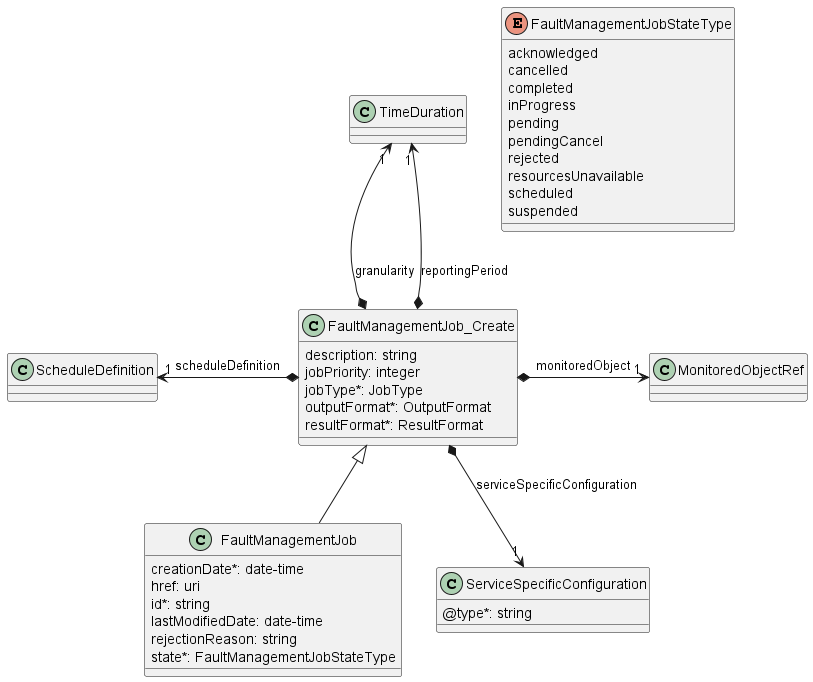
MEF-GIT/MEF-LSO-Legato-SDK keeps this PlantUML diagram as documentation/serviceApi/fm/media/faultManagementJobModel.png. Above is the earlier version.
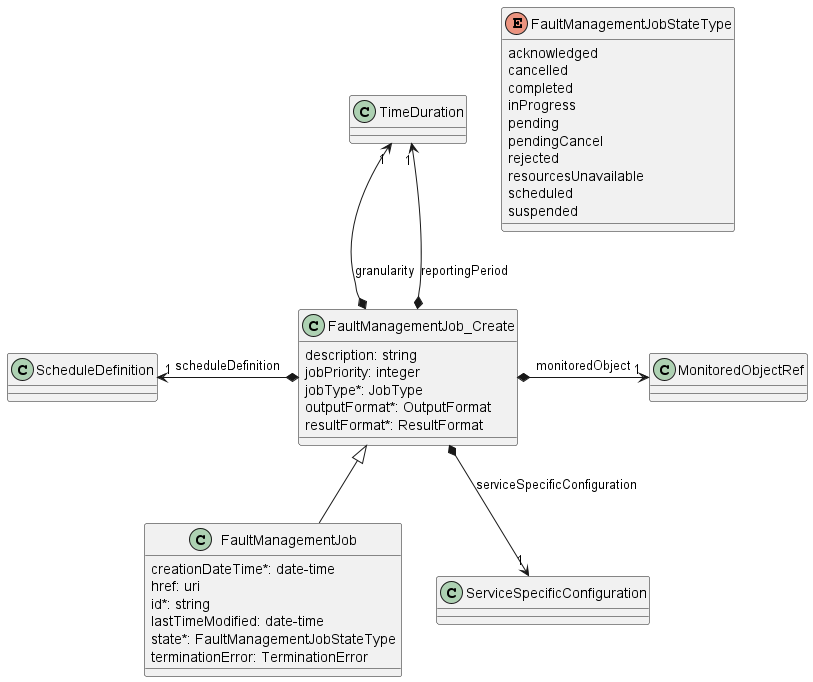
Later version of the same file.

What changed in the source:
```diff
@@ -1,20 +1,16 @@
 @startuml faultManagementJobModel
 
 class FaultManagementJob {
-
-    creationDate*: date-time
+    creationDateTime*: date-time
     href: uri
     id*: string
-    lastModifiedDate: date-time
-    rejectionReason: string
+    lastTimeModified: date-time
     state*: FaultManagementJobStateType
+    terminationError: TerminationError
 }
 FaultManagementJob_Create <|-d- FaultManagementJob
 
-
-
 enum FaultManagementJobStateType {
-
     acknowledged
     cancelled
     completed
@@ -28,7 +24,6 @@
 }
 
 class FaultManagementJob_Create {
-
     description: string
     jobPriority: integer
     jobType*: JobType
@@ -44,7 +39,6 @@
 
 class ServiceSpecificConfiguration {
 
-    @type*: string
 }
 
 @enduml
```
